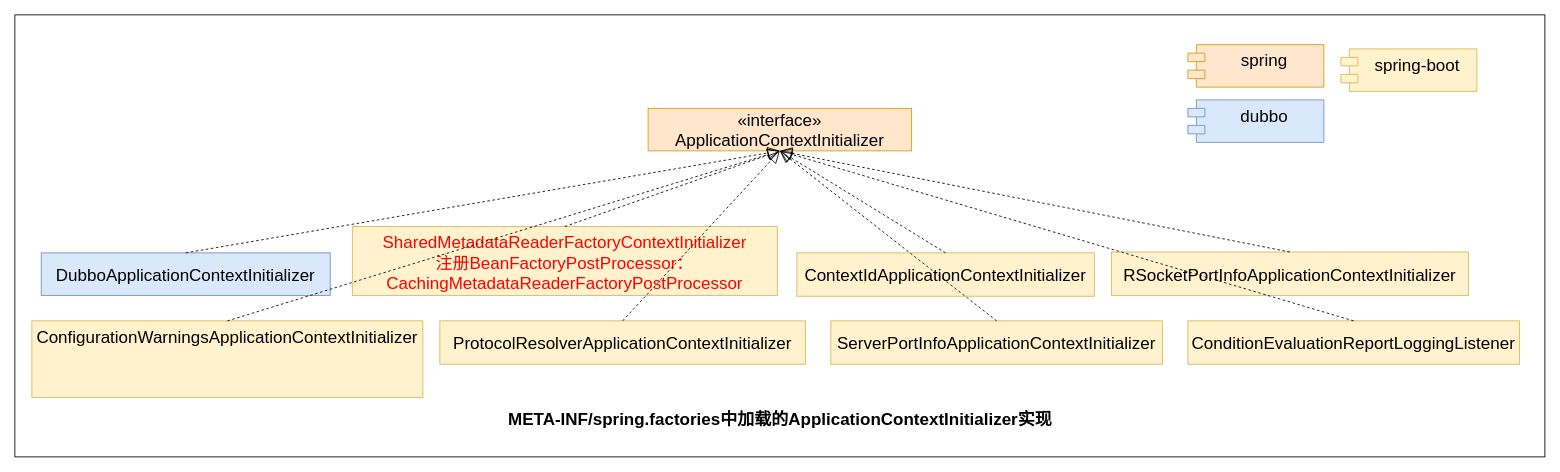
Above: dubbo-learning-doc/drawio/源码分析/1_SpringApplication_run方法/资源加载/1_META-INF_spring_factories_ApplicationContextInitializer.drawio in czwer/dubbo-learning (draw.io), before the change. Source tidied: cells renumbered, new cells numbered last; positions are measured from the earlier drawing's top-left corner, leaving out a move shared by most shapes. Both pictures are drawn from the tidied source at 85%, with x=0, y=0 at pixel (14, 14).
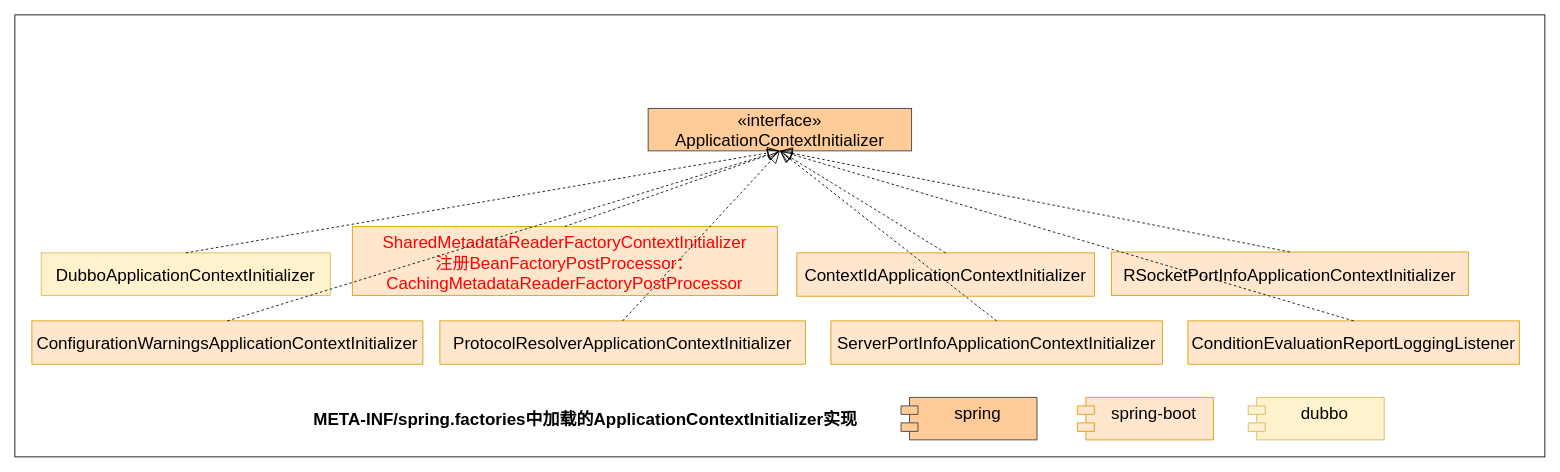
The same page after the edit.

Diff of the diagram source:
```diff
@@
-    <mxCell id="3" value="&lt;div&gt;SharedMetadataReaderFactoryContextInitializer&lt;/div&gt;&lt;div&gt;注册BeanFactoryPostProcessor：CachingMetadataReaderFactoryPostProcessor&lt;/div&gt;" style="html=1;whiteSpace=wrap;fontSize=20;verticalAlign=top;align=center;fillColor=#fff2cc;strokeColor=#d6b656;fontColor=#FF0000;" parent="1" vertex="1">
+    <mxCell id="3" value="&lt;div&gt;&lt;font style=&quot;color: rgb(255, 0, 0);&quot;&gt;SharedMetadataReaderFactoryContextInitializer&lt;/font&gt;&lt;/div&gt;&lt;div&gt;&lt;font style=&quot;color: rgb(255, 0, 0);&quot;&gt;注册BeanFactoryPostProcessor：CachingMetadataReaderFactoryPostProcessor&lt;/font&gt;&lt;/div&gt;" style="html=1;whiteSpace=wrap;fontSize=20;verticalAlign=top;align=center;fillColor=#ffe6cc;strokeColor=#d79b00;" parent="1" vertex="1">
       <mxGeometry x="397" y="249" width="500" height="81" as="geometry" />
     </mxCell>
-    <mxCell id="4" value="DubboApplicationContextInitializer" style="html=1;whiteSpace=wrap;fontSize=20;fillColor=#dae8fc;strokeColor=#6c8ebf;" parent="1" vertex="1">
+    <mxCell id="4" value="DubboApplicationContextInitializer" style="html=1;whiteSpace=wrap;fontSize=20;fillColor=#fff2cc;strokeColor=#d6b656;" parent="1" vertex="1">
       <mxGeometry x="31" y="280" width="340" height="50" as="geometry" />
     </mxCell>
-    <mxCell id="5" value="spring&lt;div&gt;&lt;br&gt;&lt;/div&gt;" style="shape=module;align=left;spacingLeft=20;align=center;verticalAlign=top;whiteSpace=wrap;html=1;fontSize=20;fillColor=#ffe6cc;strokeColor=#d79b00;" parent="1" vertex="1">
-      <mxGeometry x="1380" y="35" width="160" height="50" as="geometry" />
+    <mxCell id="5" value="spring&lt;div&gt;&lt;br&gt;&lt;/div&gt;" style="shape=module;align=left;spacingLeft=20;align=center;verticalAlign=top;whiteSpace=wrap;html=1;fontSize=20;fillColor=#ffcc99;strokeColor=#36393d;" parent="1" vertex="1">
+      <mxGeometry x="1042.5" y="450" width="160" height="50" as="geometry" />
     </mxCell>
-    <mxCell id="6" value="«interface»&lt;br&gt;ApplicationContextInitializer" style="html=1;whiteSpace=wrap;fontSize=20;fontStyle=0;fillColor=#ffe6cc;strokeColor=#d79b00;" parent="1" vertex="1">
+    <mxCell id="6" value="«interface»&lt;br&gt;ApplicationContextInitializer" style="html=1;whiteSpace=wrap;fontSize=20;fontStyle=0;fillColor=#ffcc99;strokeColor=#36393d;" parent="1" vertex="1">
       <mxGeometry x="745" y="110" width="310" height="50" as="geometry" />
     </mxCell>
-    <mxCell id="7" value="spring-boot&lt;div&gt;&lt;div&gt;&lt;br&gt;&lt;/div&gt;&lt;/div&gt;" style="shape=module;align=left;spacingLeft=20;align=center;verticalAlign=top;whiteSpace=wrap;html=1;fontSize=20;fillColor=#fff2cc;strokeColor=#d6b656;" parent="1" vertex="1">
-      <mxGeometry x="1560" y="40" width="160" height="50" as="geometry" />
+    <mxCell id="7" value="spring-boot&lt;div&gt;&lt;div&gt;&lt;br&gt;&lt;/div&gt;&lt;/div&gt;" style="shape=module;align=left;spacingLeft=20;align=center;verticalAlign=top;whiteSpace=wrap;html=1;fontSize=20;fillColor=#ffe6cc;strokeColor=#d79b00;" parent="1" vertex="1">
+      <mxGeometry x="1250" y="450" width="160" height="50" as="geometry" />
     </mxCell>
-    <mxCell id="8" value="&lt;div&gt;dubbo&lt;/div&gt;" style="shape=module;align=left;spacingLeft=20;align=center;verticalAlign=top;whiteSpace=wrap;html=1;fontSize=20;fillColor=#dae8fc;strokeColor=#6c8ebf;" parent="1" vertex="1">
-      <mxGeometry x="1380" y="100" width="160" height="50" as="geometry" />
+    <mxCell id="8" value="&lt;div&gt;dubbo&lt;/div&gt;" style="shape=module;align=left;spacingLeft=20;align=center;verticalAlign=top;whiteSpace=wrap;html=1;fontSize=20;fillColor=#fff2cc;strokeColor=#d6b656;" parent="1" vertex="1">
+      <mxGeometry x="1451" y="450" width="160" height="50" as="geometry" />
     </mxCell>
-    <mxCell id="9" value="&lt;div&gt;ContextIdApplicationContextInitializer&lt;/div&gt;" style="html=1;whiteSpace=wrap;fontSize=20;verticalAlign=middle;align=center;fillColor=#fff2cc;strokeColor=#d6b656;" parent="1" vertex="1">
+    <mxCell id="9" value="&lt;div&gt;ContextIdApplicationContextInitializer&lt;/div&gt;" style="html=1;whiteSpace=wrap;fontSize=20;verticalAlign=middle;align=center;fillColor=#ffe6cc;strokeColor=#d79b00;" parent="1" vertex="1">
       <mxGeometry x="920" y="280" width="350" height="51" as="geometry" />
     </mxCell>
-    <mxCell id="10" value="&lt;div&gt;ConfigurationWarningsApplicationContextInitializer&lt;/div&gt;" style="html=1;whiteSpace=wrap;fontSize=20;verticalAlign=top;align=center;fillColor=#fff2cc;strokeColor=#d6b656;" parent="1" vertex="1">
-      <mxGeometry x="20" y="360" width="460" height="90" as="geometry" />
+    <mxCell id="10" value="&lt;div&gt;ConfigurationWarningsApplicationContextInitializer&lt;/div&gt;" style="html=1;whiteSpace=wrap;fontSize=20;verticalAlign=middle;align=center;fillColor=#ffe6cc;strokeColor=#d79b00;" parent="1" vertex="1">
+      <mxGeometry x="20" y="360" width="460" height="51" as="geometry" />
     </mxCell>
@@
-    <mxCell id="15" value="&lt;div&gt;ProtocolResolverApplicationContextInitializer&lt;/div&gt;" style="html=1;whiteSpace=wrap;fontSize=20;verticalAlign=middle;align=center;fillColor=#fff2cc;strokeColor=#d6b656;" parent="1" vertex="1">
+    <mxCell id="15" value="&lt;div&gt;ProtocolResolverApplicationContextInitializer&lt;/div&gt;" style="html=1;whiteSpace=wrap;fontSize=20;verticalAlign=middle;align=center;fillColor=#ffe6cc;strokeColor=#d79b00;" parent="1" vertex="1">
       <mxGeometry x="500" y="360" width="430" height="51" as="geometry" />
     </mxCell>
@@
-    <mxCell id="17" value="&lt;div&gt;RSocketPortInfoApplicationContextInitializer&lt;/div&gt;" style="html=1;whiteSpace=wrap;fontSize=20;verticalAlign=middle;align=center;fillColor=#fff2cc;strokeColor=#d6b656;" parent="1" vertex="1">
+    <mxCell id="17" value="&lt;div&gt;RSocketPortInfoApplicationContextInitializer&lt;/div&gt;" style="html=1;whiteSpace=wrap;fontSize=20;verticalAlign=middle;align=center;fillColor=#ffe6cc;strokeColor=#d79b00;" parent="1" vertex="1">
       <mxGeometry x="1290" y="279" width="420" height="51" as="geometry" />
     </mxCell>
@@
-    <mxCell id="19" value="&lt;div&gt;ServerPortInfoApplicationContextInitializer&lt;/div&gt;" style="html=1;whiteSpace=wrap;fontSize=20;verticalAlign=middle;align=center;fillColor=#fff2cc;strokeColor=#d6b656;" parent="1" vertex="1">
+    <mxCell id="19" value="&lt;div&gt;ServerPortInfoApplicationContextInitializer&lt;/div&gt;" style="html=1;whiteSpace=wrap;fontSize=20;verticalAlign=middle;align=center;fillColor=#ffe6cc;strokeColor=#d79b00;" parent="1" vertex="1">
       <mxGeometry x="960" y="360" width="390" height="51" as="geometry" />
     </mxCell>
@@
-    <mxCell id="21" value="&lt;div&gt;ConditionEvaluationReportLoggingListener&lt;/div&gt;" style="html=1;whiteSpace=wrap;fontSize=20;verticalAlign=middle;align=center;fillColor=#fff2cc;strokeColor=#d6b656;" parent="1" vertex="1">
+    <mxCell id="21" value="&lt;div&gt;ConditionEvaluationReportLoggingListener&lt;/div&gt;" style="html=1;whiteSpace=wrap;fontSize=20;verticalAlign=middle;align=center;fillColor=#ffe6cc;strokeColor=#d79b00;" parent="1" vertex="1">
       <mxGeometry x="1380" y="360" width="390" height="51" as="geometry" />
     </mxCell>
@@
     <mxCell id="23" value="META-INF/spring.factories中加载的&lt;span style=&quot;&quot;&gt;ApplicationContextInitializer&lt;/span&gt;实现" style="text;html=1;align=center;verticalAlign=middle;whiteSpace=wrap;rounded=0;fontSize=20;fontStyle=1;" parent="1" vertex="1">
-      <mxGeometry x="528.8" y="460" width="742.5" height="30" as="geometry" />
+      <mxGeometry x="300" y="460" width="742.5" height="30" as="geometry" />
     </mxCell>
```
